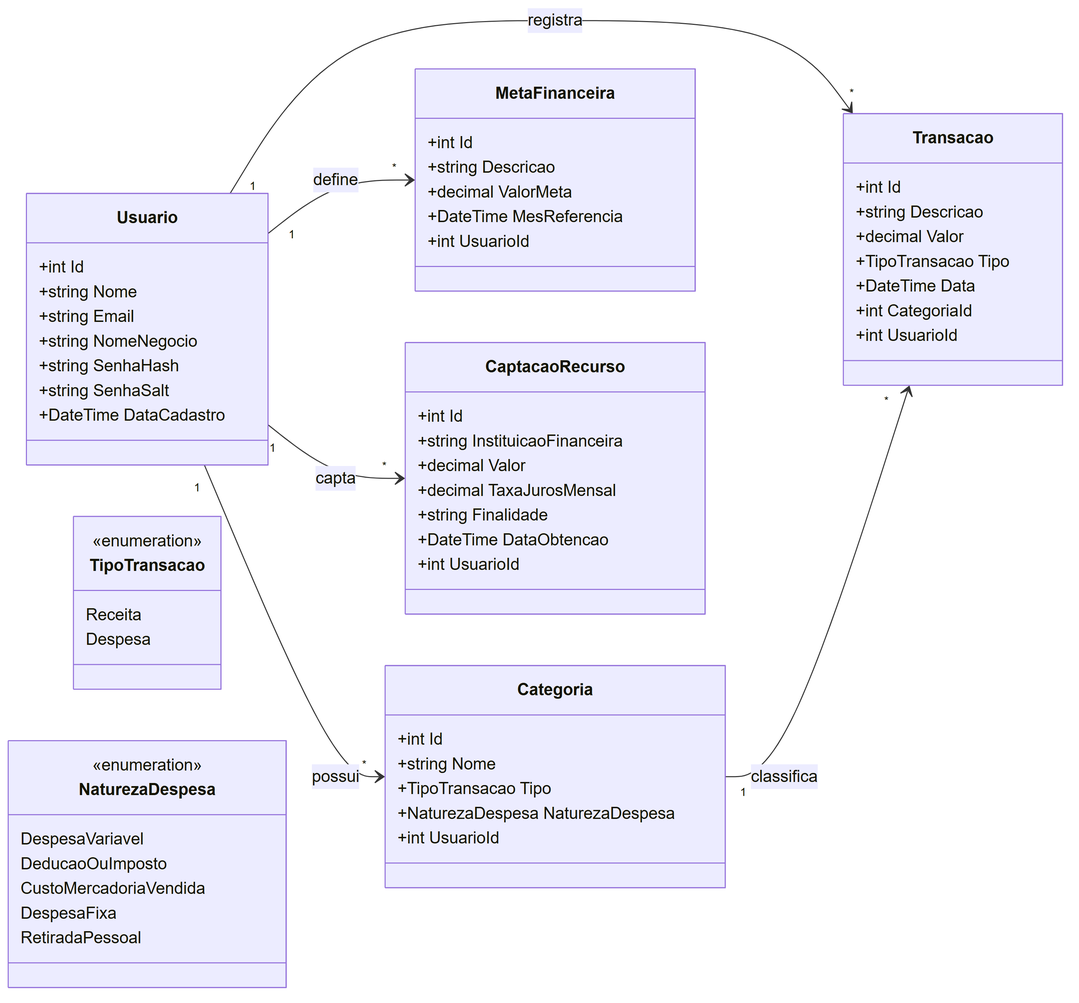
The Mermaid diagram docs/diagramas/finais/fig3a_classes_dominio.png in profetadiario/GFMEI, before a commit. Its source is kept beside it as docs/diagramas/fontes/fig3a_classes_dominio.mmd.
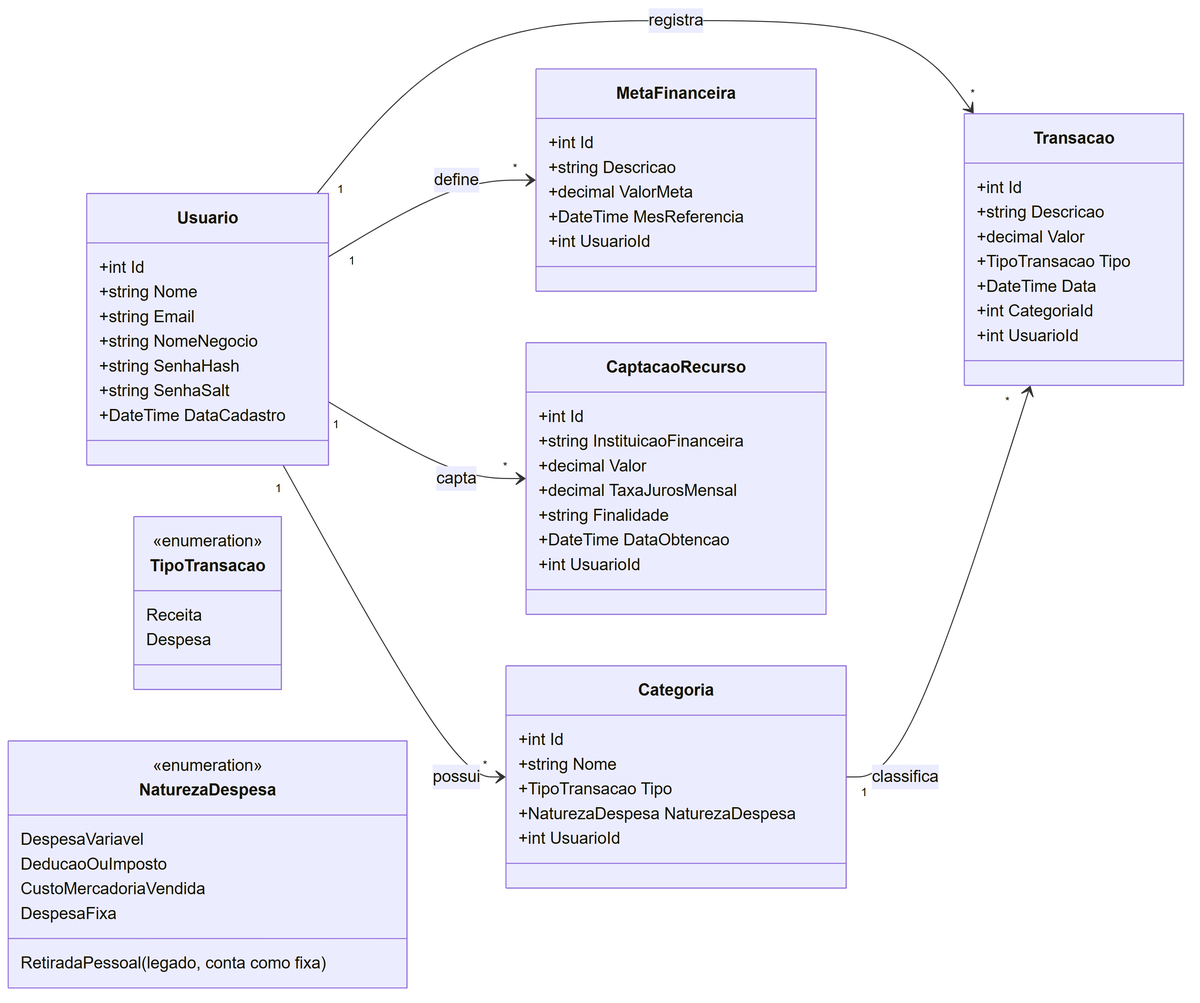
After the commit.

The edit, as a diff of the source:
```diff
@@ -52,7 +52,7 @@
         DeducaoOuImposto
         CustoMercadoriaVendida
         DespesaFixa
-        RetiradaPessoal
+        RetiradaPessoal (legado, conta como fixa)
     }
     Usuario "1" --> "*" Categoria : possui
     Usuario "1" --> "*" MetaFinanceira : define
```
